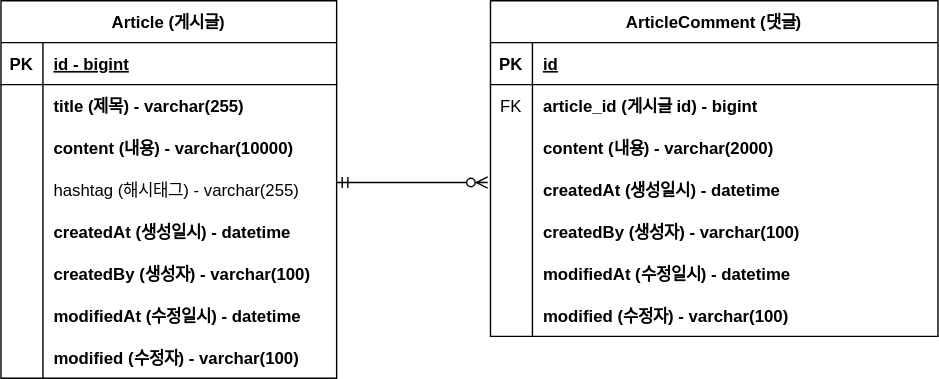
The draw.io diagram document/project-board-erd.svg in kevgitpf/boardpractice, before a commit. Source tidied: cells renumbered, new cells last; positions are measured from the earlier drawing's top-left corner, leaving out a move shared by most shapes.
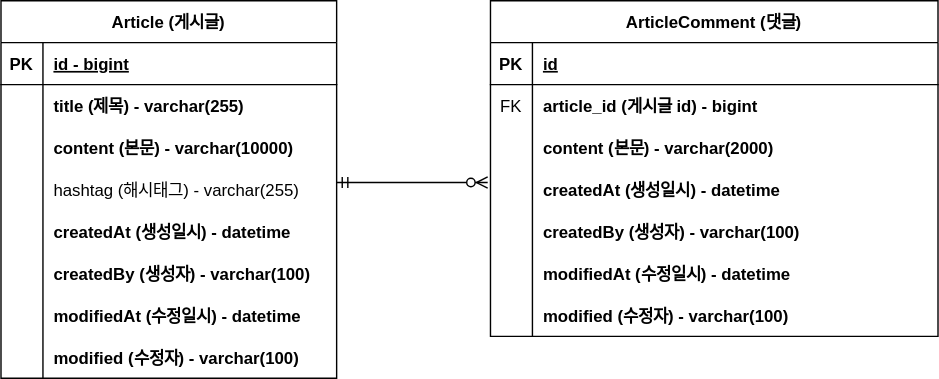
After the commit.

Commit message:
#8 - ERD 주석 업데이트: project-board-erd.svg

The edit, as a diff of the source:
```diff
@@ -29,7 +29,7 @@
     <mxCell id="10" style="shape=partialRectangle;fillColor=none;top=0;left=0;bottom=0;right=0;overflow=hidden;" parent="9" vertex="1">
       <mxGeometry width="30" height="30" as="geometry" />
     </mxCell>
-    <mxCell id="11" value="content (내용) - varchar(10000)" style="shape=partialRectangle;fillColor=none;top=0;left=0;bottom=0;right=0;align=left;spacingLeft=6;overflow=hidden;fontStyle=1;" parent="9" vertex="1">
+    <mxCell id="11" value="content (본문) - varchar(10000)" style="shape=partialRectangle;fillColor=none;top=0;left=0;bottom=0;right=0;align=left;spacingLeft=6;overflow=hidden;fontStyle=1;" parent="9" vertex="1">
       <mxGeometry x="30" width="210" height="30" as="geometry" />
     </mxCell>
     <mxCell id="12" style="shape=tableRow;horizontal=0;startSize=0;swimlaneHead=0;swimlaneBody=0;fillColor=none;top=0;left=0;right=0;bottom=0;" parent="2" vertex="1">
@@ -104,7 +104,7 @@
     <mxCell id="35" style="shape=partialRectangle;fillColor=none;top=0;left=0;bottom=0;right=0;overflow=hidden;" parent="34" vertex="1">
       <mxGeometry width="30" height="30" as="geometry" />
     </mxCell>
-    <mxCell id="36" value="content (내용) - varchar(2000)" style="shape=partialRectangle;fillColor=none;top=0;left=0;bottom=0;right=0;align=left;spacingLeft=6;overflow=hidden;fontStyle=1;" parent="34" vertex="1">
+    <mxCell id="36" value="content (본문) - varchar(2000)" style="shape=partialRectangle;fillColor=none;top=0;left=0;bottom=0;right=0;align=left;spacingLeft=6;overflow=hidden;fontStyle=1;" parent="34" vertex="1">
       <mxGeometry x="30" width="290" height="30" as="geometry" />
     </mxCell>
     <mxCell id="37" style="shape=tableRow;horizontal=0;startSize=0;swimlaneHead=0;swimlaneBody=0;fillColor=none;top=0;left=0;right=0;bottom=0;" parent="27" vertex="1">
```
